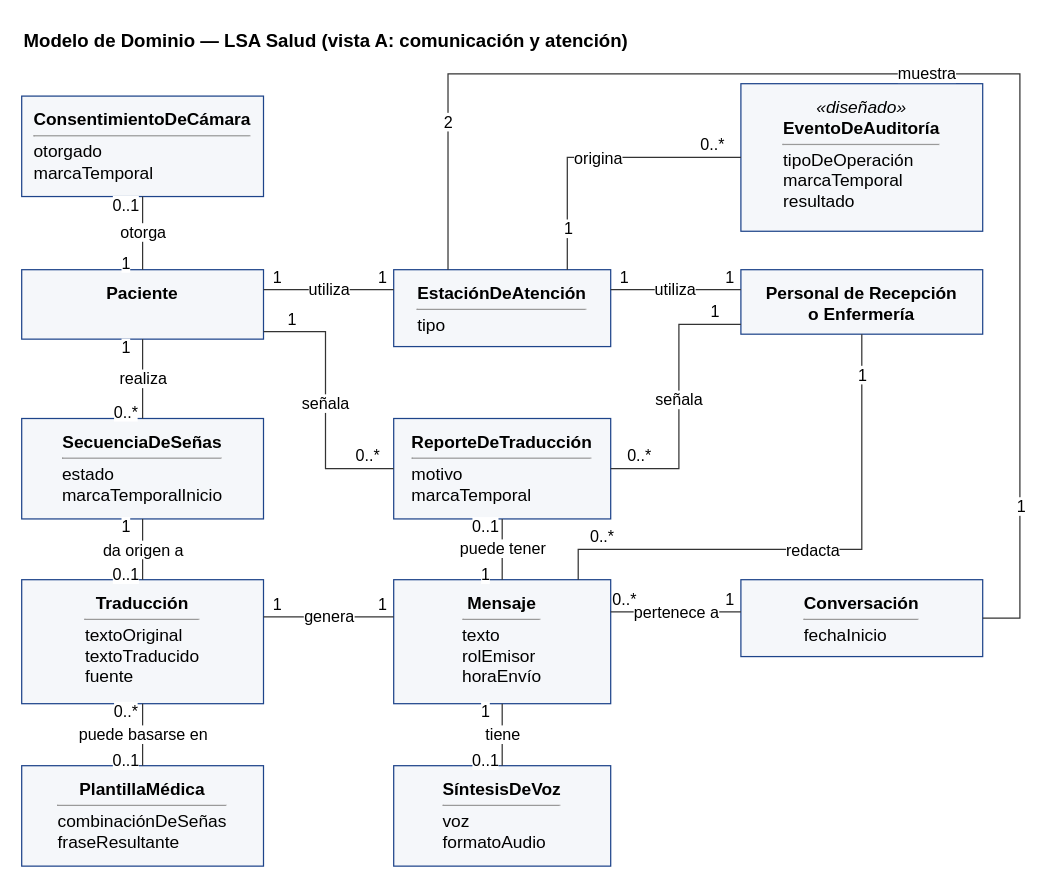
The draw.io diagram docs/diagramas/dominio/01_modelo_dominio_a.drawio in santinohamada/Nexora, before the edit. Source tidied: cells renumbered, new cells numbered last; positions are measured from the earlier drawing's top-left corner, leaving out a move shared by most shapes. Both pictures are drawn from the tidied source at 124%, with x=0, y=0 at pixel (21, 21).
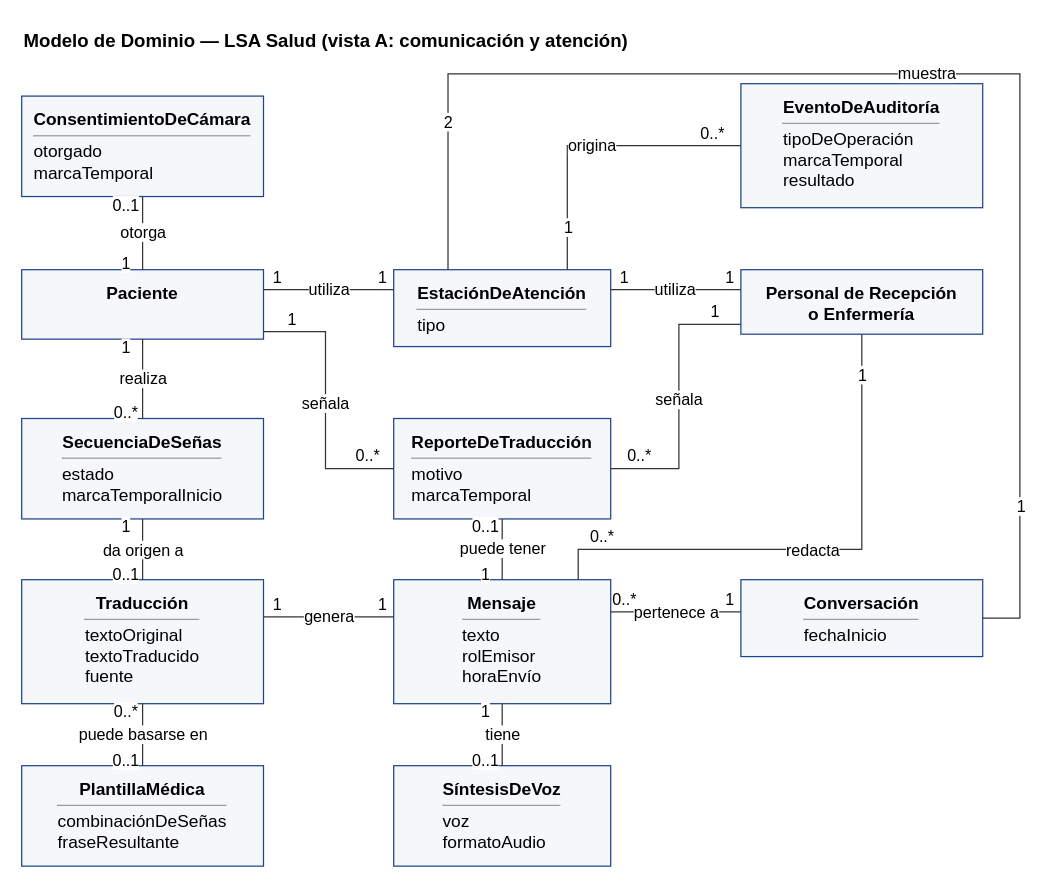
The same diagram, later.

What changed in the source:
```diff
@@
-    <mxCell id="12" value="&lt;i&gt;&amp;#171;diseñado&amp;#187;&lt;/i&gt;&lt;br&gt;&lt;b&gt;EventoDeAuditoría&lt;/b&gt;&lt;hr size='1' style='margin:4px 0'/&gt;&lt;div align='left'&gt;tipoDeOperación&lt;br&gt;marcaTemporal&lt;br&gt;resultado&lt;/div&gt;" style="rounded=0;whiteSpace=wrap;html=1;fillColor=#F5F7FA;strokeColor=#1E448A;fontFamily=Helvetica;fontSize=14;verticalAlign=top;align=center;spacing=6;" parent="1" vertex="1">
-      <mxGeometry x="580" y="50" width="195" height="119" as="geometry" />
+    <mxCell id="12" value="&lt;b&gt;EventoDeAuditoría&lt;/b&gt;&lt;hr size='1' style='margin:4px 0'/&gt;&lt;div align='left'&gt;tipoDeOperación&lt;br&gt;marcaTemporal&lt;br&gt;resultado&lt;/div&gt;" style="rounded=0;whiteSpace=wrap;html=1;fillColor=#F5F7FA;strokeColor=#1E448A;fontFamily=Helvetica;fontSize=14;verticalAlign=top;align=center;spacing=6;" parent="1" vertex="1">
+      <mxGeometry x="580" y="50" width="195" height="100" as="geometry" />
     </mxCell>
@@
     <mxCell id="45" value="origina" style="endArrow=none;html=1;strokeColor=#333333;fontFamily=Helvetica;fontSize=13;labelBackgroundColor=#FFFFFF;rounded=0;" parent="1" edge="1">
       <mxGeometry relative="1" as="geometry">
         <mxPoint x="440" y="200" as="sourcePoint" />
-        <mxPoint x="580" y="109.5" as="targetPoint" />
+        <mxPoint x="580" y="100" as="targetPoint" />
         <Array as="points">
-          <mxPoint x="440" y="109.5" />
+          <mxPoint x="440" y="100" />
         </Array>
       </mxGeometry>
     </mxCell>
```
